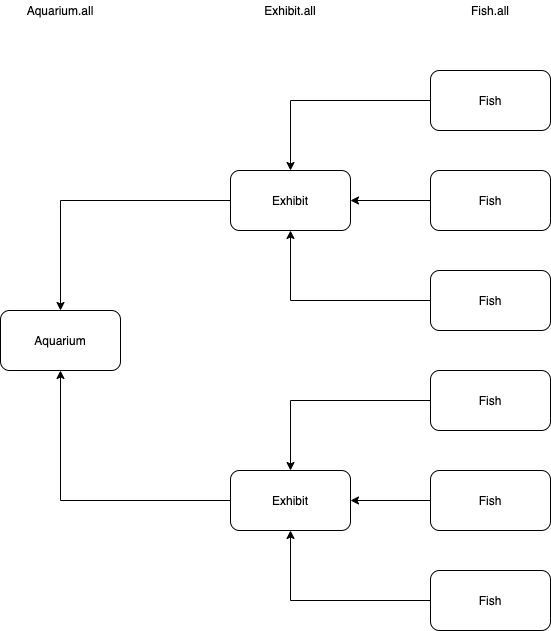
weasel-fish/twitter_many_to_many keeps this draw.io diagram as has_many_through_diagram.drawio.png. Above is the earlier version. Source tidied: cells renumbered, new cells last; positions are measured from the earlier drawing's top-left corner, leaving out a move shared by most shapes.
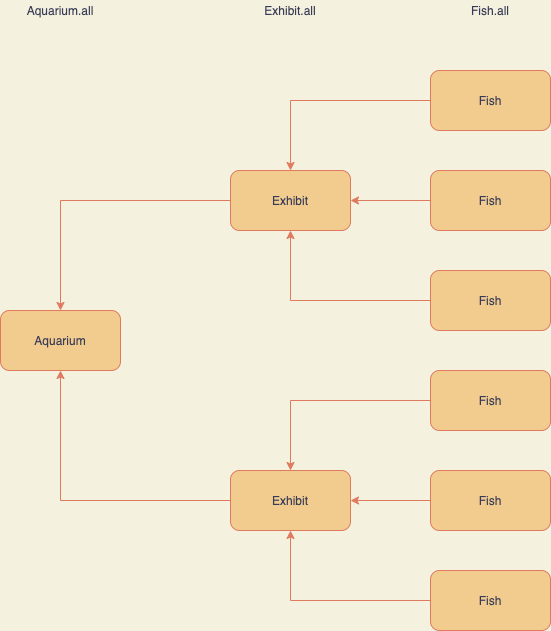
Above is the later version.

Diff of the diagram source:
```diff
@@ -1,65 +1,65 @@
-<mxGraphModel>
+<mxGraphModel background="#F4F1DE">
   <root>
     <mxCell id="0" />
     <mxCell id="1" parent="0" />
-    <mxCell id="2" style="edgeStyle=orthogonalEdgeStyle;rounded=0;jettySize=auto;html=1;" parent="1" edge="1" source="3" target="9">
+    <mxCell id="2" style="edgeStyle=orthogonalEdgeStyle;rounded=0;jettySize=auto;html=1;labelBackgroundColor=#F4F1DE;strokeColor=#E07A5F;fontColor=#393C56;" parent="1" edge="1" source="3" target="9">
       <mxGeometry relative="1" as="geometry" />
     </mxCell>
-    <mxCell id="3" value="Fish&lt;br&gt;" style="rounded=1;whiteSpace=wrap;html=1;" parent="1" vertex="1">
+    <mxCell id="3" value="Fish&lt;br&gt;" style="rounded=1;whiteSpace=wrap;html=1;fillColor=#F2CC8F;strokeColor=#E07A5F;fontColor=#393C56;" parent="1" vertex="1">
       <mxGeometry x="430" y="70" width="120" height="60" as="geometry" />
     </mxCell>
-    <mxCell id="4" style="edgeStyle=orthogonalEdgeStyle;rounded=0;jettySize=auto;html=1;entryX=0.5;entryY=1;entryDx=0;entryDy=0;" parent="1" edge="1" source="5" target="9">
+    <mxCell id="4" style="edgeStyle=orthogonalEdgeStyle;rounded=0;jettySize=auto;html=1;entryX=0.5;entryY=1;entryDx=0;entryDy=0;labelBackgroundColor=#F4F1DE;strokeColor=#E07A5F;fontColor=#393C56;" parent="1" edge="1" source="5" target="9">
       <mxGeometry relative="1" as="geometry" />
     </mxCell>
-    <mxCell id="5" value="Fish&lt;br&gt;" style="rounded=1;whiteSpace=wrap;html=1;" parent="1" vertex="1">
+    <mxCell id="5" value="Fish&lt;br&gt;" style="rounded=1;whiteSpace=wrap;html=1;fillColor=#F2CC8F;strokeColor=#E07A5F;fontColor=#393C56;" parent="1" vertex="1">
       <mxGeometry x="430" y="270" width="120" height="60" as="geometry" />
     </mxCell>
-    <mxCell id="6" style="edgeStyle=orthogonalEdgeStyle;rounded=0;jettySize=auto;html=1;" parent="1" edge="1" source="7" target="9">
+    <mxCell id="6" style="edgeStyle=orthogonalEdgeStyle;rounded=0;jettySize=auto;html=1;labelBackgroundColor=#F4F1DE;strokeColor=#E07A5F;fontColor=#393C56;" parent="1" edge="1" source="7" target="9">
       <mxGeometry relative="1" as="geometry" />
     </mxCell>
-    <mxCell id="7" value="Fish&lt;br&gt;" style="rounded=1;whiteSpace=wrap;html=1;" parent="1" vertex="1">
+    <mxCell id="7" value="Fish&lt;br&gt;" style="rounded=1;whiteSpace=wrap;html=1;fillColor=#F2CC8F;strokeColor=#E07A5F;fontColor=#393C56;" parent="1" vertex="1">
       <mxGeometry x="430" y="170" width="120" height="60" as="geometry" />
     </mxCell>
-    <mxCell id="8" style="edgeStyle=orthogonalEdgeStyle;rounded=0;jettySize=auto;html=1;" parent="1" edge="1" source="9" target="18">
+    <mxCell id="8" style="edgeStyle=orthogonalEdgeStyle;rounded=0;jettySize=auto;html=1;labelBackgroundColor=#F4F1DE;strokeColor=#E07A5F;fontColor=#393C56;" parent="1" edge="1" source="9" target="18">
       <mxGeometry relative="1" as="geometry" />
     </mxCell>
-    <mxCell id="9" value="Exhibit" style="rounded=1;whiteSpace=wrap;html=1;" parent="1" vertex="1">
+    <mxCell id="9" value="Exhibit" style="rounded=1;whiteSpace=wrap;html=1;fillColor=#F2CC8F;strokeColor=#E07A5F;fontColor=#393C56;" parent="1" vertex="1">
       <mxGeometry x="230" y="170" width="120" height="60" as="geometry" />
     </mxCell>
-    <mxCell id="10" style="edgeStyle=orthogonalEdgeStyle;rounded=0;jettySize=auto;html=1;" parent="1" edge="1" source="11" target="17">
+    <mxCell id="10" style="edgeStyle=orthogonalEdgeStyle;rounded=0;jettySize=auto;html=1;labelBackgroundColor=#F4F1DE;strokeColor=#E07A5F;fontColor=#393C56;" parent="1" edge="1" source="11" target="17">
       <mxGeometry relative="1" as="geometry" />
     </mxCell>
-    <mxCell id="11" value="Fish&lt;br&gt;" style="rounded=1;whiteSpace=wrap;html=1;" parent="1" vertex="1">
+    <mxCell id="11" value="Fish&lt;br&gt;" style="rounded=1;whiteSpace=wrap;html=1;fillColor=#F2CC8F;strokeColor=#E07A5F;fontColor=#393C56;" parent="1" vertex="1">
       <mxGeometry x="430" y="370" width="120" height="60" as="geometry" />
     </mxCell>
-    <mxCell id="12" style="edgeStyle=orthogonalEdgeStyle;rounded=0;jettySize=auto;html=1;entryX=0.5;entryY=1;entryDx=0;entryDy=0;" parent="1" edge="1" source="13" target="17">
+    <mxCell id="12" style="edgeStyle=orthogonalEdgeStyle;rounded=0;jettySize=auto;html=1;entryX=0.5;entryY=1;entryDx=0;entryDy=0;labelBackgroundColor=#F4F1DE;strokeColor=#E07A5F;fontColor=#393C56;" parent="1" edge="1" source="13" target="17">
       <mxGeometry relative="1" as="geometry" />
     </mxCell>
-    <mxCell id="13" value="Fish&lt;br&gt;" style="rounded=1;whiteSpace=wrap;html=1;labelBackgroundColor=#ffffff;" parent="1" vertex="1">
+    <mxCell id="13" value="Fish&lt;br&gt;" style="rounded=1;whiteSpace=wrap;html=1;fillColor=#F2CC8F;strokeColor=#E07A5F;fontColor=#393C56;" parent="1" vertex="1">
       <mxGeometry x="430" y="570" width="120" height="60" as="geometry" />
     </mxCell>
-    <mxCell id="14" style="edgeStyle=orthogonalEdgeStyle;rounded=0;jettySize=auto;html=1;" parent="1" edge="1" source="15" target="17">
+    <mxCell id="14" style="edgeStyle=orthogonalEdgeStyle;rounded=0;jettySize=auto;html=1;labelBackgroundColor=#F4F1DE;strokeColor=#E07A5F;fontColor=#393C56;" parent="1" edge="1" source="15" target="17">
       <mxGeometry relative="1" as="geometry" />
     </mxCell>
-    <mxCell id="15" value="Fish&lt;br&gt;" style="rounded=1;whiteSpace=wrap;html=1;" parent="1" vertex="1">
+    <mxCell id="15" value="Fish&lt;br&gt;" style="rounded=1;whiteSpace=wrap;html=1;fillColor=#F2CC8F;strokeColor=#E07A5F;fontColor=#393C56;" parent="1" vertex="1">
       <mxGeometry x="430" y="470" width="120" height="60" as="geometry" />
     </mxCell>
-    <mxCell id="16" style="edgeStyle=orthogonalEdgeStyle;rounded=0;jettySize=auto;html=1;entryX=0.5;entryY=1;entryDx=0;entryDy=0;" parent="1" edge="1" source="17" target="18">
+    <mxCell id="16" style="edgeStyle=orthogonalEdgeStyle;rounded=0;jettySize=auto;html=1;entryX=0.5;entryY=1;entryDx=0;entryDy=0;labelBackgroundColor=#F4F1DE;strokeColor=#E07A5F;fontColor=#393C56;" parent="1" edge="1" source="17" target="18">
       <mxGeometry relative="1" as="geometry" />
     </mxCell>
-    <mxCell id="17" value="Exhibit" style="rounded=1;whiteSpace=wrap;html=1;" parent="1" vertex="1">
+    <mxCell id="17" value="Exhibit" style="rounded=1;whiteSpace=wrap;html=1;fillColor=#F2CC8F;strokeColor=#E07A5F;fontColor=#393C56;" parent="1" vertex="1">
       <mxGeometry x="230" y="470" width="120" height="60" as="geometry" />
     </mxCell>
-    <mxCell id="18" value="Aquarium" style="rounded=1;whiteSpace=wrap;html=1;" parent="1" vertex="1">
+    <mxCell id="18" value="Aquarium" style="rounded=1;whiteSpace=wrap;html=1;fillColor=#F2CC8F;strokeColor=#E07A5F;fontColor=#393C56;" parent="1" vertex="1">
       <mxGeometry y="310" width="120" height="60" as="geometry" />
     </mxCell>
-    <mxCell id="19" value="Fish.all&lt;br&gt;" style="text;html=1;strokeColor=none;fillColor=none;align=center;verticalAlign=middle;whiteSpace=wrap;rounded=0;" parent="1" vertex="1">
+    <mxCell id="19" value="Fish.all&lt;br&gt;" style="text;html=1;strokeColor=none;fillColor=none;align=center;verticalAlign=middle;whiteSpace=wrap;rounded=0;fontColor=#393C56;" parent="1" vertex="1">
       <mxGeometry x="470" width="40" height="20" as="geometry" />
     </mxCell>
-    <mxCell id="20" value="Exhibit.all" style="text;html=1;strokeColor=none;fillColor=none;align=center;verticalAlign=middle;whiteSpace=wrap;rounded=0;" parent="1" vertex="1">
+    <mxCell id="20" value="Exhibit.all" style="text;html=1;strokeColor=none;fillColor=none;align=center;verticalAlign=middle;whiteSpace=wrap;rounded=0;fontColor=#393C56;" parent="1" vertex="1">
       <mxGeometry x="270" width="40" height="20" as="geometry" />
     </mxCell>
-    <mxCell id="21" value="Aquarium.all" style="text;html=1;strokeColor=none;fillColor=none;align=center;verticalAlign=middle;whiteSpace=wrap;rounded=0;" parent="1" vertex="1">
+    <mxCell id="21" value="Aquarium.all" style="text;html=1;strokeColor=none;fillColor=none;align=center;verticalAlign=middle;whiteSpace=wrap;rounded=0;fontColor=#393C56;" parent="1" vertex="1">
       <mxGeometry x="40" width="40" height="20" as="geometry" />
     </mxCell>
   </root>
```
